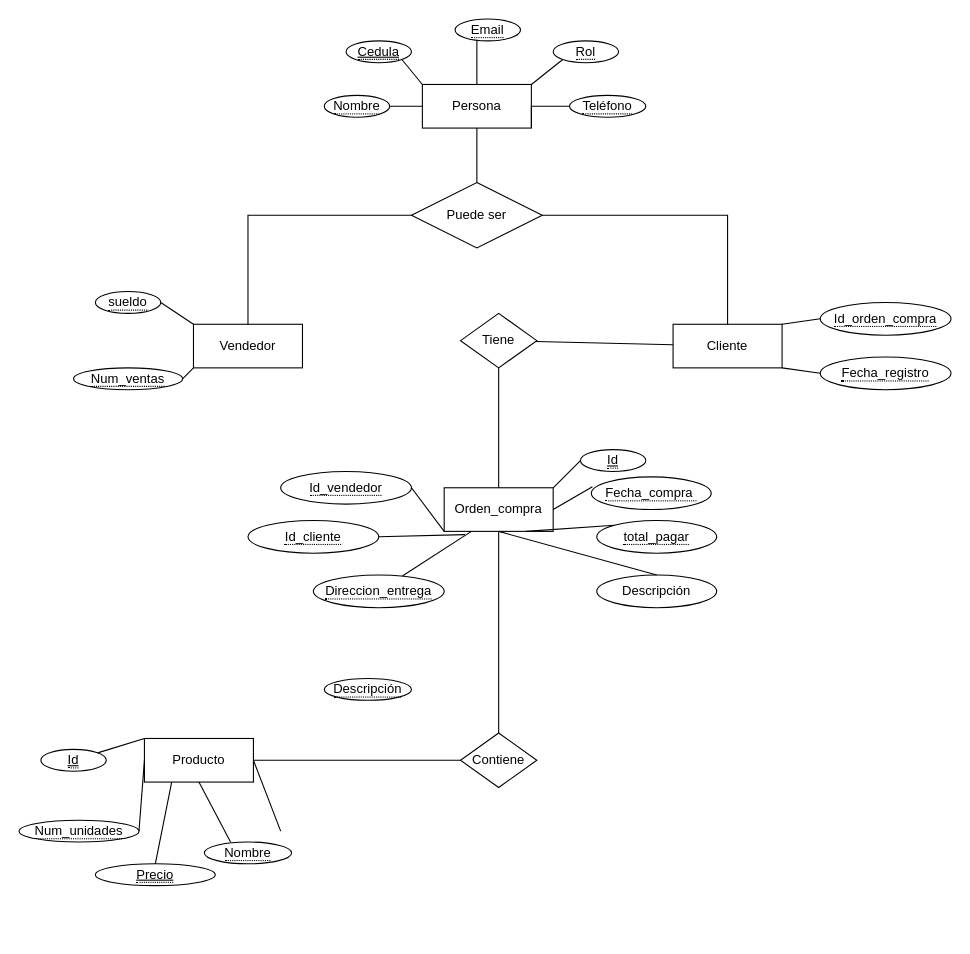
leonyudithk/Bakery-Shop keeps this draw.io diagram as Diagrama sin título.drawio. Above is the earlier version. Source tidied: cells renumbered, new cells numbered last; positions are measured from the earlier drawing's top-left corner, leaving out a move shared by most shapes. Both pictures are drawn from the tidied source at 109%, with x=0, y=0 at pixel (19, 19).
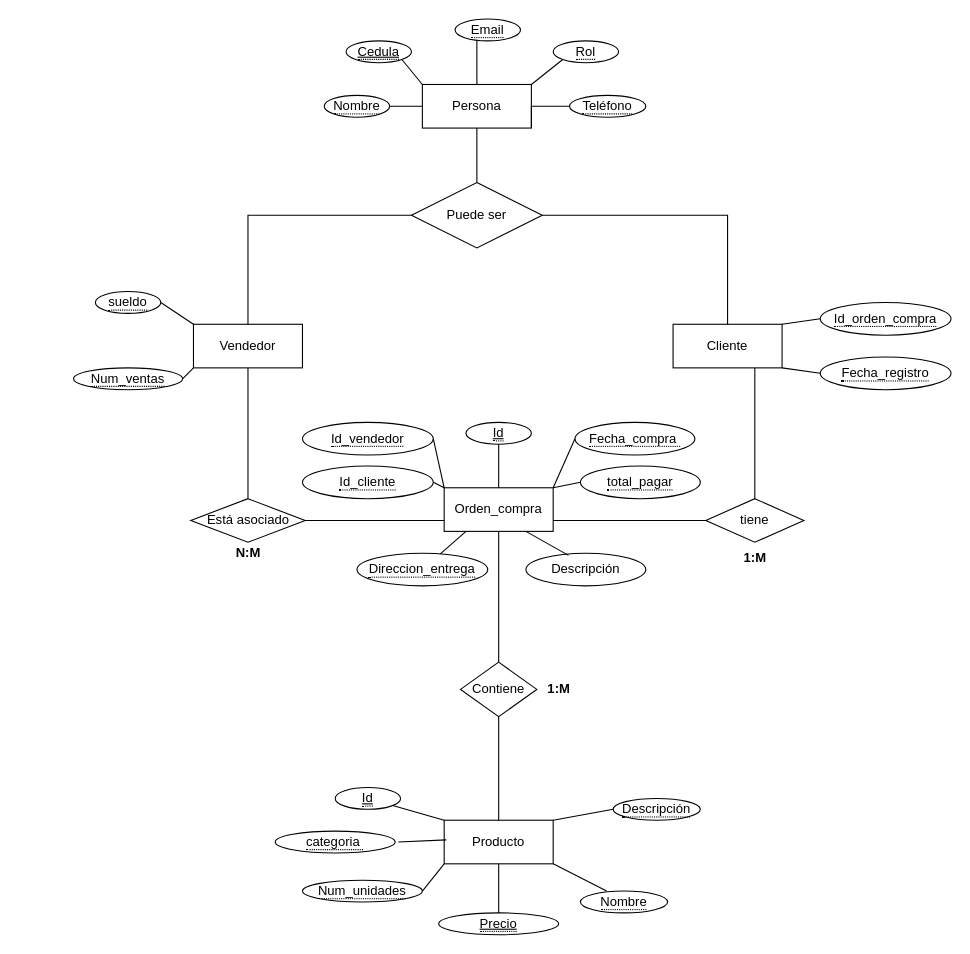
The same diagram, later.

Unchanged cells that the change refers to:
```xml
<mxCell id="3" value="Vendedor" style="whiteSpace=wrap;html=1;align=center;" parent="1" vertex="1">
  <mxGeometry x="160" y="280" width="100" height="40" as="geometry" />
</mxCell>
<mxCell id="5" value="Orden_compra" style="whiteSpace=wrap;html=1;align=center;" parent="1" vertex="1">
  <mxGeometry x="390" y="430" width="100" height="40" as="geometry" />
</mxCell>
<mxCell id="7" value="Cliente" style="whiteSpace=wrap;html=1;align=center;" parent="1" vertex="1">
  <mxGeometry x="600" y="280" width="100" height="40" as="geometry" />
</mxCell>
```

Change to the diagram source:
```diff
@@
     <mxCell id="4" value="Producto" style="whiteSpace=wrap;html=1;align=center;" parent="1" vertex="1">
-      <mxGeometry x="115" y="660" width="100" height="40" as="geometry" />
+      <mxGeometry x="390" y="735" width="100" height="40" as="geometry" />
     </mxCell>
@@
     <mxCell id="14" value="Contiene" style="rhombus;whiteSpace=wrap;html=1;" parent="1" vertex="1">
-      <mxGeometry x="405" y="655" width="70" height="50" as="geometry" />
+      <mxGeometry x="405" y="590" width="70" height="50" as="geometry" />
     </mxCell>
-    <mxCell id="15" value="Tiene" style="rhombus;whiteSpace=wrap;html=1;" parent="1" vertex="1">
-      <mxGeometry x="405" y="270" width="70" height="50" as="geometry" />
-    </mxCell>
@@
     <mxCell id="22" value="&lt;span style=&quot;border-bottom: 1px dotted&quot;&gt;&lt;u&gt;Id&lt;/u&gt;&lt;/span&gt;" style="ellipse;whiteSpace=wrap;html=1;align=center;rotation=0;" parent="1" vertex="1">
-      <mxGeometry x="515" y="395" width="60" height="20" as="geometry" />
+      <mxGeometry x="410" y="370" width="60" height="20" as="geometry" />
     </mxCell>
     <mxCell id="23" value="&lt;span style=&quot;border-bottom: 1px dotted&quot;&gt;Fecha_compra&amp;nbsp;&lt;/span&gt;" style="ellipse;whiteSpace=wrap;html=1;align=center;rotation=0;" parent="1" vertex="1">
-      <mxGeometry x="525" y="420" width="110" height="30" as="geometry" />
+      <mxGeometry x="510" y="370" width="110" height="30" as="geometry" />
     </mxCell>
     <mxCell id="24" value="&lt;span style=&quot;border-bottom: 1px dotted&quot;&gt;total_pagar&lt;/span&gt;" style="ellipse;whiteSpace=wrap;html=1;align=center;rotation=0;" parent="1" vertex="1">
-      <mxGeometry x="530" y="460" width="110" height="30" as="geometry" />
+      <mxGeometry x="515" y="410" width="110" height="30" as="geometry" />
     </mxCell>
     <mxCell id="25" value="Descripción" style="ellipse;whiteSpace=wrap;html=1;align=center;rotation=0;" parent="1" vertex="1">
-      <mxGeometry x="530" y="510" width="110" height="30" as="geometry" />
+      <mxGeometry x="465" y="490" width="110" height="30" as="geometry" />
     </mxCell>
     <mxCell id="26" value="&lt;span style=&quot;border-bottom: 1px dotted&quot;&gt;Id_cliente&lt;/span&gt;" style="ellipse;whiteSpace=wrap;html=1;align=center;rotation=0;" parent="1" vertex="1">
-      <mxGeometry x="210" y="460" width="120" height="30" as="geometry" />
+      <mxGeometry x="260" y="410" width="120" height="30" as="geometry" />
     </mxCell>
     <mxCell id="27" value="&lt;span style=&quot;border-bottom: 1px dotted&quot;&gt;Id_vendedor&lt;/span&gt;" style="ellipse;whiteSpace=wrap;html=1;align=center;rotation=0;" parent="1" vertex="1">
-      <mxGeometry x="240" y="415" width="120" height="30" as="geometry" />
+      <mxGeometry x="260" y="370" width="120" height="30" as="geometry" />
     </mxCell>
     <mxCell id="28" value="&lt;span style=&quot;border-bottom: 1px dotted&quot;&gt;&lt;u&gt;Id&lt;/u&gt;&lt;/span&gt;" style="ellipse;whiteSpace=wrap;html=1;align=center;rotation=0;" parent="1" vertex="1">
-      <mxGeometry x="20" y="670" width="60" height="20" as="geometry" />
+      <mxGeometry x="290" y="705" width="60" height="20" as="geometry" />
     </mxCell>
     <mxCell id="29" value="&lt;span style=&quot;border-bottom: 1px dotted&quot;&gt;Num_unidades&lt;/span&gt;" style="ellipse;whiteSpace=wrap;html=1;align=center;rotation=0;" parent="1" vertex="1">
-      <mxGeometry y="735" width="110" height="20" as="geometry" />
+      <mxGeometry x="260" y="790" width="110" height="20" as="geometry" />
     </mxCell>
     <mxCell id="30" value="&lt;span style=&quot;border-bottom: 1px dotted&quot;&gt;&lt;u&gt;Precio&lt;/u&gt;&lt;/span&gt;" style="ellipse;whiteSpace=wrap;html=1;align=center;rotation=0;" parent="1" vertex="1">
-      <mxGeometry x="70" y="775" width="110" height="20" as="geometry" />
+      <mxGeometry x="385" y="820" width="110" height="20" as="geometry" />
     </mxCell>
     <mxCell id="31" value="&lt;span style=&quot;border-bottom: 1px dotted&quot;&gt;Nombre&lt;/span&gt;" style="ellipse;whiteSpace=wrap;html=1;align=center;rotation=0;" parent="1" vertex="1">
-      <mxGeometry x="170" y="755" width="80" height="20" as="geometry" />
+      <mxGeometry x="515" y="800" width="80" height="20" as="geometry" />
     </mxCell>
     <mxCell id="32" value="&lt;span style=&quot;border-bottom: 1px dotted&quot;&gt;Descripción&lt;/span&gt;" style="ellipse;whiteSpace=wrap;html=1;align=center;rotation=0;" parent="1" vertex="1">
-      <mxGeometry x="280" y="605" width="80" height="20" as="geometry" />
+      <mxGeometry x="545" y="715" width="80" height="20" as="geometry" />
     </mxCell>
     <mxCell id="33" value="&lt;span style=&quot;border-bottom: 1px dotted&quot;&gt;Direccion_entrega&lt;/span&gt;" style="ellipse;whiteSpace=wrap;html=1;align=center;rotation=0;" parent="1" vertex="1">
-      <mxGeometry x="270" y="510" width="120" height="30" as="geometry" />
+      <mxGeometry x="310" y="490" width="120" height="30" as="geometry" />
     </mxCell>
-    <mxCell id="34" style="endArrow=none;html=1;rounded=0;exitX=1;exitY=0.5;exitDx=0;exitDy=0;entryX=0;entryY=1;entryDx=0;entryDy=0;" parent="1" edge="1" source="27" target="5">
+    <mxCell id="34" style="endArrow=none;html=1;rounded=0;exitX=1;exitY=0.5;exitDx=0;exitDy=0;entryX=0;entryY=0;entryDx=0;entryDy=0;" parent="1" edge="1" source="27" target="5">
       <mxGeometry relative="1" as="geometry" />
     </mxCell>
-    <mxCell id="35" style="endArrow=none;html=1;rounded=0;exitX=1;exitY=0.5;exitDx=0;exitDy=0;entryX=0.19;entryY=1.075;entryDx=0;entryDy=0;entryPerimeter=0;" parent="1" edge="1" source="26" target="5">
+    <mxCell id="35" style="endArrow=none;html=1;rounded=0;exitX=1;exitY=0.5;exitDx=0;exitDy=0;entryX=0;entryY=0;entryDx=0;entryDy=0;" parent="1" edge="1" source="26" target="5">
       <mxGeometry relative="1" as="geometry" />
     </mxCell>
-    <mxCell id="36" style="endArrow=none;html=1;rounded=0;entryX=0.25;entryY=1;entryDx=0;entryDy=0;" parent="1" edge="1" source="33" target="5">
-      <mxGeometry relative="1" as="geometry" />
+    <mxCell id="36" style="endArrow=none;html=1;rounded=0;" parent="1" edge="1" source="33">
+      <mxGeometry relative="1" as="geometry">
+        <mxPoint x="410" y="470" as="targetPoint" />
+      </mxGeometry>
     </mxCell>
-    <mxCell id="37" style="endArrow=none;html=1;rounded=0;exitX=0.5;exitY=0;exitDx=0;exitDy=0;entryX=0.5;entryY=1;entryDx=0;entryDy=0;" parent="1" edge="1" source="25" target="5">
+    <mxCell id="37" style="endArrow=none;html=1;rounded=0;exitX=0.355;exitY=0.067;exitDx=0;exitDy=0;entryX=0.75;entryY=1;entryDx=0;entryDy=0;exitPerimeter=0;" parent="1" edge="1" source="25" target="5">
       <mxGeometry relative="1" as="geometry" />
     </mxCell>
-    <mxCell id="38" style="endArrow=none;html=1;rounded=0;exitX=0;exitY=0;exitDx=0;exitDy=0;entryX=0.75;entryY=1;entryDx=0;entryDy=0;" parent="1" edge="1" source="24" target="5">
-      <mxGeometry relative="1" as="geometry" />
+    <mxCell id="38" style="endArrow=none;html=1;rounded=0;exitX=0;exitY=0.5;exitDx=0;exitDy=0;" parent="1" edge="1" source="24">
+      <mxGeometry relative="1" as="geometry">
+        <mxPoint x="490" y="430" as="targetPoint" />
+      </mxGeometry>
     </mxCell>
-    <mxCell id="39" style="endArrow=none;html=1;rounded=0;exitX=1;exitY=0.5;exitDx=0;exitDy=0;entryX=0.009;entryY=0.3;entryDx=0;entryDy=0;entryPerimeter=0;" parent="1" edge="1" source="5" target="23">
+    <mxCell id="39" style="endArrow=none;html=1;rounded=0;exitX=1;exitY=0;exitDx=0;exitDy=0;entryX=0;entryY=0.5;entryDx=0;entryDy=0;" parent="1" edge="1" source="5" target="23">
       <mxGeometry relative="1" as="geometry" />
     </mxCell>
-    <mxCell id="40" style="endArrow=none;html=1;rounded=0;exitX=1;exitY=0;exitDx=0;exitDy=0;entryX=0;entryY=0.5;entryDx=0;entryDy=0;" parent="1" edge="1" source="5" target="22">
+    <mxCell id="40" style="endArrow=none;html=1;rounded=0;exitX=0.5;exitY=0;exitDx=0;exitDy=0;entryX=0.5;entryY=1;entryDx=0;entryDy=0;" parent="1" edge="1" source="5" target="22">
       <mxGeometry relative="1" as="geometry" />
     </mxCell>
@@
-    <mxCell id="42" style="endArrow=none;html=1;rounded=0;exitX=1;exitY=0.5;exitDx=0;exitDy=0;entryX=0;entryY=0.5;entryDx=0;entryDy=0;" parent="1" edge="1" source="29" target="4">
+    <mxCell id="42" style="endArrow=none;html=1;rounded=0;exitX=1;exitY=0.5;exitDx=0;exitDy=0;entryX=0;entryY=1;entryDx=0;entryDy=0;" parent="1" edge="1" source="29" target="4">
       <mxGeometry relative="1" as="geometry" />
     </mxCell>
-    <mxCell id="43" style="endArrow=none;html=1;rounded=0;exitX=0.5;exitY=0;exitDx=0;exitDy=0;entryX=0.25;entryY=1;entryDx=0;entryDy=0;" parent="1" edge="1" source="30" target="4">
+    <mxCell id="43" style="endArrow=none;html=1;rounded=0;exitX=0.5;exitY=0;exitDx=0;exitDy=0;entryX=0.5;entryY=1;entryDx=0;entryDy=0;" parent="1" edge="1" source="30" target="4">
       <mxGeometry relative="1" as="geometry" />
     </mxCell>
-    <mxCell id="44" style="endArrow=none;html=1;rounded=0;exitX=0.5;exitY=1;exitDx=0;exitDy=0;entryX=0.3;entryY=0;entryDx=0;entryDy=0;entryPerimeter=0;" parent="1" edge="1" source="4" target="31">
+    <mxCell id="44" style="endArrow=none;html=1;rounded=0;exitX=1;exitY=1;exitDx=0;exitDy=0;entryX=0.3;entryY=0;entryDx=0;entryDy=0;entryPerimeter=0;" parent="1" edge="1" source="4" target="31">
       <mxGeometry relative="1" as="geometry" />
     </mxCell>
-    <mxCell id="45" style="endArrow=none;html=1;rounded=0;exitX=1;exitY=0.5;exitDx=0;exitDy=0;entryX=0;entryY=0.5;entryDx=0;entryDy=0;" parent="1" edge="1" source="4">
-      <mxGeometry relative="1" as="geometry">
-        <mxPoint x="240" y="745" as="targetPoint" />
-      </mxGeometry>
+    <mxCell id="45" style="endArrow=none;html=1;rounded=0;exitX=1;exitY=0;exitDx=0;exitDy=0;entryX=0;entryY=0.5;entryDx=0;entryDy=0;" parent="1" edge="1" source="4" target="32">
+      <mxGeometry relative="1" as="geometry" />
     </mxCell>
@@
-    <mxCell id="52" style="endArrow=none;html=1;rounded=0;" parent="1" edge="1" source="15" target="7">
-      <mxGeometry relative="1" as="geometry" />
+    <mxCell id="52" style="endArrow=none;html=1;rounded=0;entryX=0.75;entryY=1;entryDx=0;entryDy=0;startArrow=none;startFill=0;endFill=0;" parent="1" edge="1" target="7">
+      <mxGeometry relative="1" as="geometry">
+        <mxPoint x="675" y="440" as="sourcePoint" />
+      </mxGeometry>
     </mxCell>
-    <mxCell id="53" style="endArrow=none;html=1;rounded=0;exitX=0.5;exitY=0;exitDx=0;exitDy=0;" parent="1" edge="1" source="5" target="15">
-      <mxGeometry relative="1" as="geometry" />
-    </mxCell>
-    <mxCell id="54" style="endArrow=none;html=1;rounded=0;entryX=0;entryY=0.5;entryDx=0;entryDy=0;" parent="1" edge="1" source="4" target="14">
+    <mxCell id="54" style="endArrow=none;html=1;rounded=0;entryX=0.5;entryY=1;entryDx=0;entryDy=0;endFill=0;startArrow=none;startFill=0;" parent="1" edge="1" source="4" target="14">
       <mxGeometry relative="1" as="geometry" />
     </mxCell>
@@
-    <mxCell id="56" style="endArrow=none;html=1;rounded=0;entryX=0.5;entryY=0;entryDx=0;entryDy=0;" parent="1" edge="1" source="5" target="14">
+    <mxCell id="56" style="endArrow=none;html=1;rounded=0;entryX=0.5;entryY=0;entryDx=0;entryDy=0;startArrow=none;startFill=0;" parent="1" edge="1" source="5" target="14">
       <mxGeometry relative="1" as="geometry" />
     </mxCell>
@@
+    <mxCell id="59" style="endArrow=none;html=1;rounded=0;exitX=1;exitY=0.75;exitDx=0;exitDy=0;endFill=0;startArrow=none;startFill=0;" parent="1" edge="1" source="5">
+      <mxGeometry relative="1" as="geometry">
+        <mxPoint x="670" y="460" as="targetPoint" />
+      </mxGeometry>
+    </mxCell>
+    <mxCell id="60" value="tiene" style="rhombus;whiteSpace=wrap;html=1;" parent="1" vertex="1">
+      <mxGeometry x="630" y="440" width="90" height="40" as="geometry" />
+    </mxCell>
+    <mxCell id="61" style="endArrow=none;html=1;rounded=0;entryX=0.5;entryY=1;entryDx=0;entryDy=0;exitX=0.5;exitY=0;exitDx=0;exitDy=0;startArrow=none;startFill=0;" parent="1" edge="1" source="62" target="3">
+      <mxGeometry relative="1" as="geometry" />
+    </mxCell>
+    <mxCell id="62" value="Está asociado" style="rhombus;whiteSpace=wrap;html=1;" parent="1" vertex="1">
+      <mxGeometry x="157.5" y="440" width="105" height="40" as="geometry" />
+    </mxCell>
+    <mxCell id="63" style="endArrow=none;html=1;rounded=0;entryX=1;entryY=0.5;entryDx=0;entryDy=0;exitX=0;exitY=0.75;exitDx=0;exitDy=0;" parent="1" edge="1" source="5" target="62">
+      <mxGeometry relative="1" as="geometry" />
+    </mxCell>
+    <mxCell id="64" value="&lt;b&gt;N:M&lt;/b&gt;" style="text;html=1;align=center;verticalAlign=middle;strokeColor=none;fillColor=none;" parent="1" vertex="1">
+      <mxGeometry x="185" y="475" width="50" height="30" as="geometry" />
+    </mxCell>
+    <mxCell id="65" value="&lt;b&gt;1:M&lt;/b&gt;" style="text;html=1;align=center;verticalAlign=middle;strokeColor=none;fillColor=none;" parent="1" vertex="1">
+      <mxGeometry x="655" y="480" width="40" height="30" as="geometry" />
+    </mxCell>
+    <mxCell id="66" value="&lt;b&gt;1:M&lt;/b&gt;" style="text;html=1;align=center;verticalAlign=middle;strokeColor=none;fillColor=none;" parent="1" vertex="1">
+      <mxGeometry x="475" y="600" width="40" height="30" as="geometry" />
+    </mxCell>
+    <mxCell id="67" value="&lt;span style=&quot;border-bottom: 1px dotted&quot;&gt;categoria&amp;nbsp;&lt;/span&gt;" style="ellipse;whiteSpace=wrap;html=1;align=center;rotation=0;" parent="1" vertex="1">
+      <mxGeometry x="235" y="745" width="110" height="20" as="geometry" />
+    </mxCell>
+    <mxCell id="68" style="endArrow=none;html=1;rounded=0;exitX=1.027;exitY=0.5;exitDx=0;exitDy=0;exitPerimeter=0;entryX=0.02;entryY=0.45;entryDx=0;entryDy=0;entryPerimeter=0;" parent="1" edge="1" source="67" target="4">
+      <mxGeometry relative="1" as="geometry" />
+    </mxCell>
```
